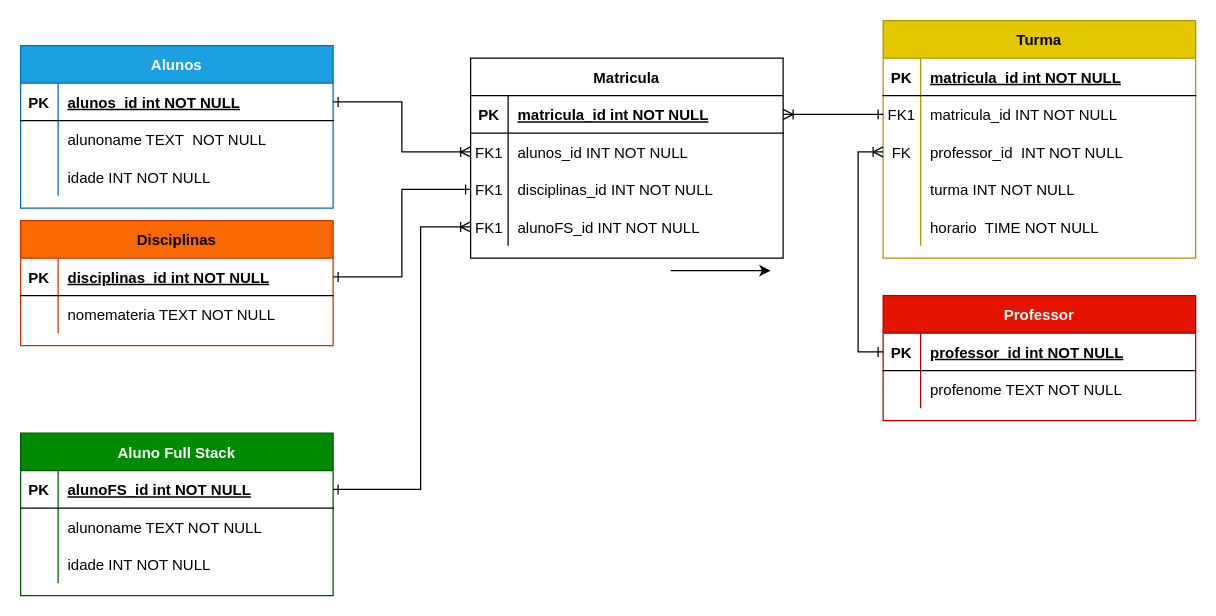
The draw.io diagram Diagrama sem nome.drawio in PedroHenryy0/Recup_Banco_Dados, before the edit. Source tidied: cells renumbered, new cells numbered last; positions are measured from the earlier drawing's top-left corner, leaving out a move shared by most shapes. Both pictures are drawn from the tidied source at 125%, with x=0, y=0 at pixel (20, 20).
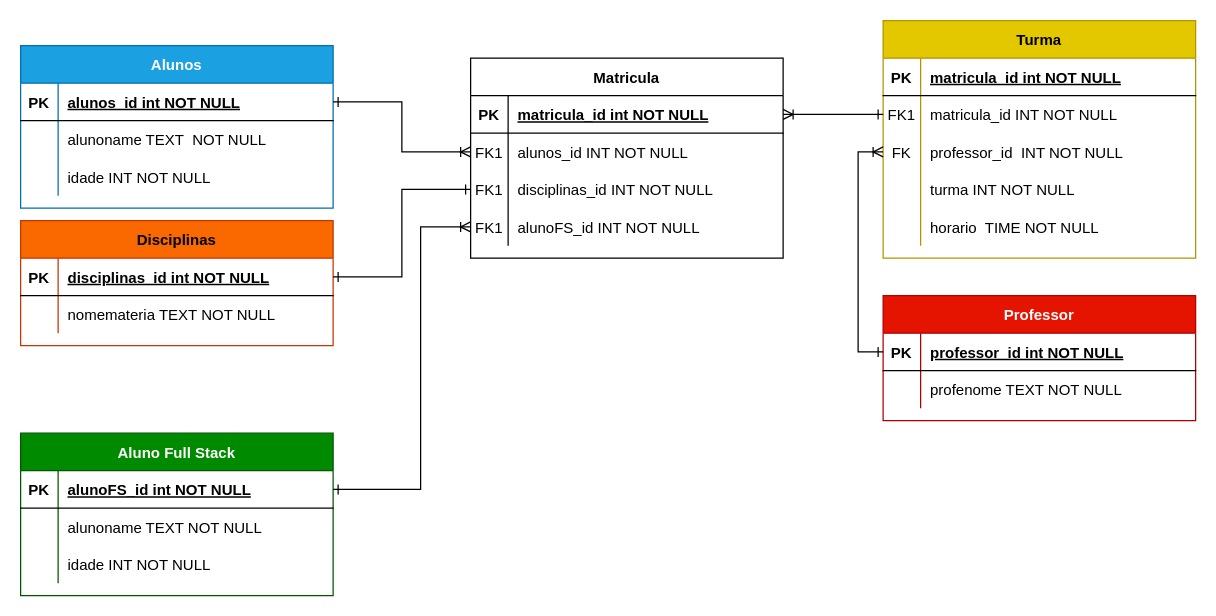
The same diagram, later.

Diff of the diagram source:
```diff
@@
-    <mxCell id="70" style="edgeStyle=none;orthogonalLoop=1;jettySize=auto;html=1;rounded=0;" parent="1" edge="1">
-      <mxGeometry relative="1" as="geometry">
-        <mxPoint x="520" y="200" as="sourcePoint" />
-        <mxPoint x="600" y="200" as="targetPoint" />
-      </mxGeometry>
-    </mxCell>
```
